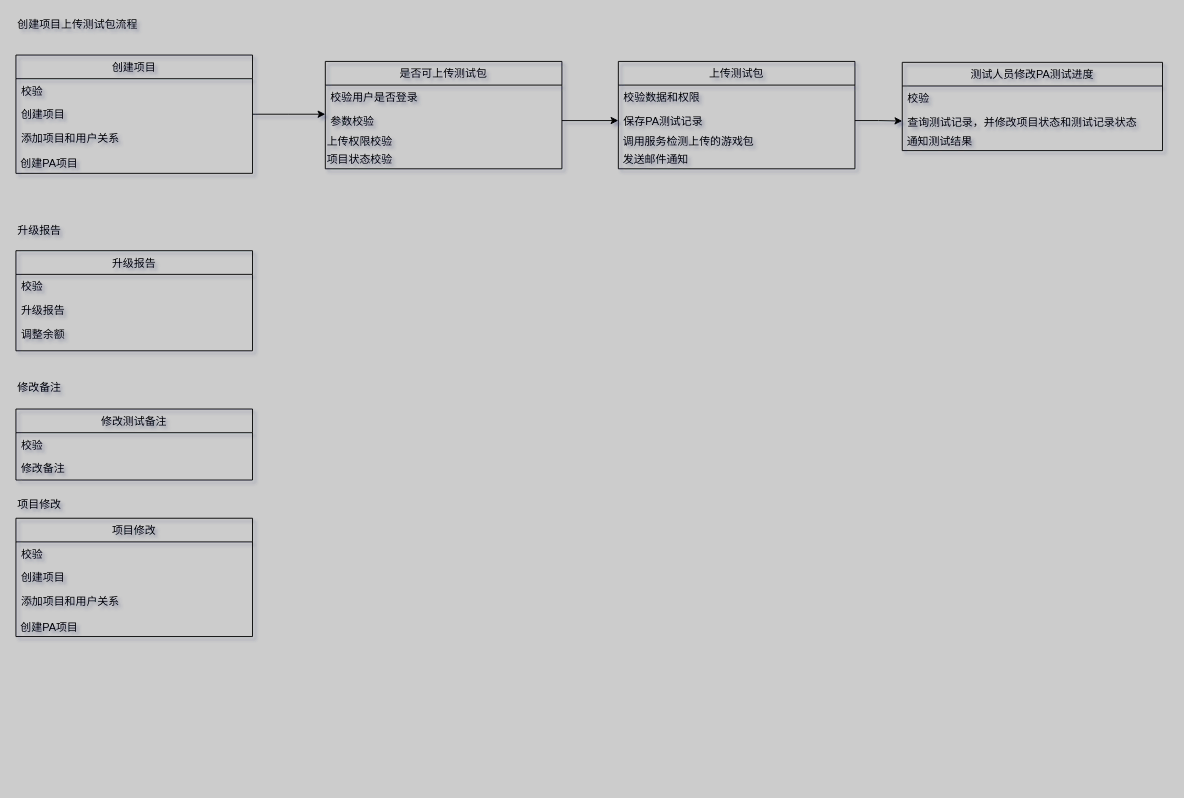
Above: Untitled Diagram.drawio in concurrentWang/SpringBoot-Labs (draw.io), before the change. Source tidied: cells renumbered, new cells numbered last; positions are measured from the earlier drawing's top-left corner, leaving out a move shared by most shapes. Both pictures are drawn from the tidied source at 91%, with x=0, y=0 at pixel (15, 15).
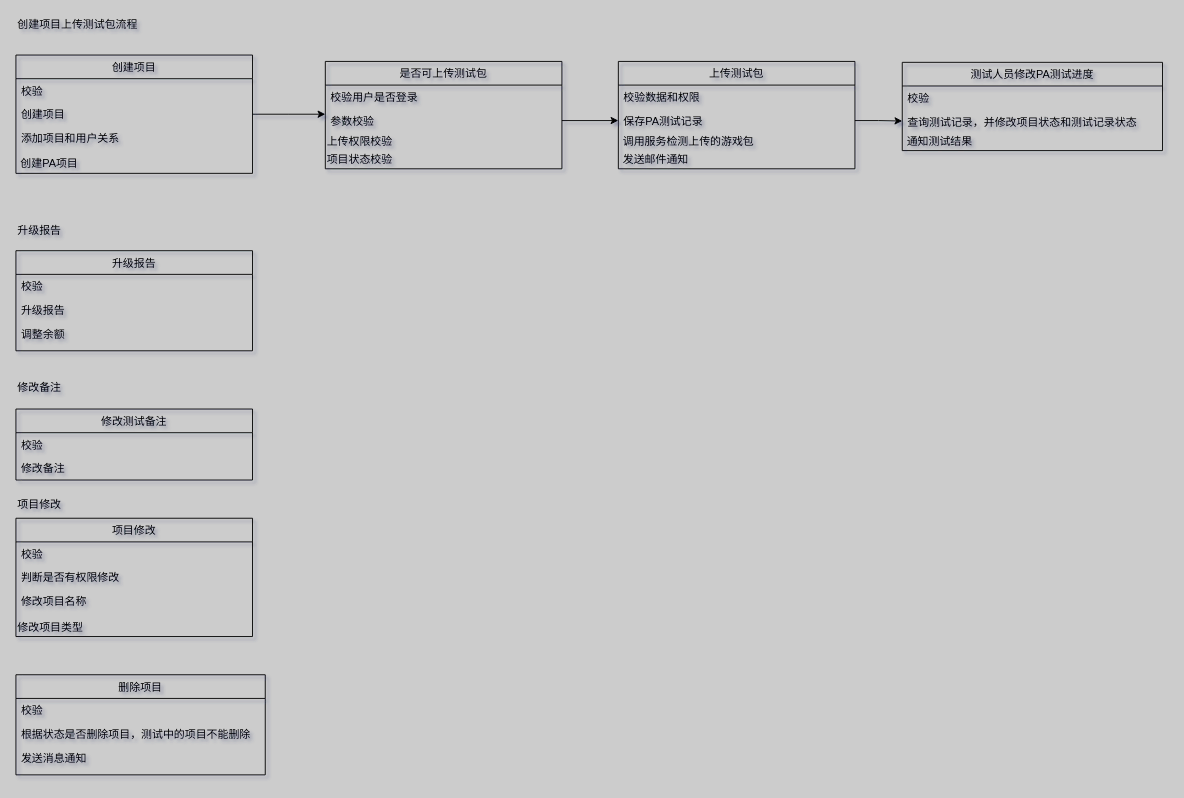
The same diagram, later.

The change refers to these unchanged cells:
```xml
<mxCell id="2" value="创建项目" style="swimlane;fontStyle=0;horizontal=1;startSize=26;fillColor=none;" parent="1" vertex="1">
  <mxGeometry y="43" width="260" height="130" as="geometry" />
</mxCell>
<mxCell id="34" value="项目修改" style="swimlane;fontStyle=0;horizontal=1;startSize=26;fillColor=none;" parent="1" vertex="1">
  <mxGeometry y="552" width="260" height="130" as="geometry" />
</mxCell>
```

Change to the diagram source:
```diff
@@
-    <mxCell id="5" value="添加项目和用户关系&#10;" style="text;strokeColor=none;fillColor=none;align=left;verticalAlign=top;spacingLeft=4;spacingRight=4;overflow=hidden;" parent="2" vertex="1">
+    <mxCell id="5" value="添加项目和用户关系" style="text;strokeColor=none;fillColor=none;align=left;verticalAlign=top;spacingLeft=4;spacingRight=4;overflow=hidden;" parent="2" vertex="1">
       <mxGeometry y="78" width="260" height="32" as="geometry" />
     </mxCell>
@@
-    <mxCell id="36" value="创建项目" style="text;strokeColor=none;fillColor=none;align=left;verticalAlign=top;spacingLeft=4;spacingRight=4;overflow=hidden;" parent="34" vertex="1">
+    <mxCell id="36" value="判断是否有权限修改" style="text;strokeColor=none;fillColor=none;align=left;verticalAlign=top;spacingLeft=4;spacingRight=4;overflow=hidden;" parent="34" vertex="1">
       <mxGeometry y="52" width="260" height="26" as="geometry" />
     </mxCell>
-    <mxCell id="37" value="添加项目和用户关系&#10;" style="text;strokeColor=none;fillColor=none;align=left;verticalAlign=top;spacingLeft=4;spacingRight=4;overflow=hidden;" parent="34" vertex="1">
+    <mxCell id="37" value="修改项目名称" style="text;strokeColor=none;fillColor=none;align=left;verticalAlign=top;spacingLeft=4;spacingRight=4;overflow=hidden;" parent="34" vertex="1">
       <mxGeometry y="78" width="260" height="32" as="geometry" />
     </mxCell>
-    <mxCell id="38" value="&lt;span&gt;&amp;nbsp;创建PA项目&lt;/span&gt;" style="text;html=1;strokeColor=none;fillColor=none;align=left;verticalAlign=middle;whiteSpace=wrap;rounded=0;" parent="34" vertex="1">
-      <mxGeometry y="110" width="260" height="20" as="geometry" />
-    </mxCell>
+    <mxCell id="40" value="修改项目类型" style="text;html=1;strokeColor=none;fillColor=none;align=left;verticalAlign=middle;whiteSpace=wrap;rounded=0;" parent="34" vertex="1">
+      <mxGeometry y="110" width="260" height="20" as="geometry" />
+    </mxCell>
@@
+    <mxCell id="41" value="删除项目" style="swimlane;fontStyle=0;horizontal=1;startSize=26;fillColor=none;" parent="1" vertex="1">
+      <mxGeometry y="724" width="274" height="110" as="geometry" />
+    </mxCell>
+    <mxCell id="42" value="校验" style="text;strokeColor=none;fillColor=none;align=left;verticalAlign=top;spacingLeft=4;spacingRight=4;overflow=hidden;" parent="41" vertex="1">
+      <mxGeometry y="26" width="274" height="26" as="geometry" />
+    </mxCell>
+    <mxCell id="43" value="根据状态是否删除项目，测试中的项目不能删除" style="text;strokeColor=none;fillColor=none;align=left;verticalAlign=top;spacingLeft=4;spacingRight=4;overflow=hidden;" parent="41" vertex="1">
+      <mxGeometry y="52" width="274" height="26" as="geometry" />
+    </mxCell>
+    <mxCell id="44" value="发送消息通知" style="text;strokeColor=none;fillColor=none;align=left;verticalAlign=top;spacingLeft=4;spacingRight=4;overflow=hidden;" parent="41" vertex="1">
+      <mxGeometry y="78" width="274" height="32" as="geometry" />
+    </mxCell>
```
